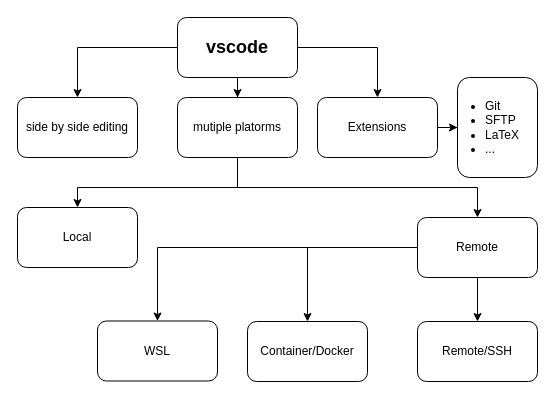
Earlier version of the draw.io diagram page "vscode" (4 of 7) of Fig_CS/Figure-Factory.drawio (jizhang02/Figure-Factory). Source tidied: cells renumbered, new cells numbered last; positions are measured from the earlier drawing's top-left corner, leaving out a move shared by most shapes. Both pictures are drawn from the tidied source at 100%, with x=0, y=0 at pixel (17, 17).
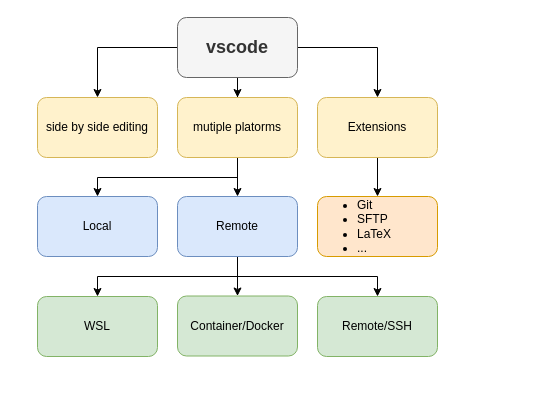
Above is the later version.

Diff of the diagram source:
```diff
@@
-    <mxCell id="5" value="vscode" style="rounded=1;whiteSpace=wrap;html=1;fontSize=18;fontStyle=1;" parent="1" vertex="1">
+    <mxCell id="5" value="vscode" style="rounded=1;whiteSpace=wrap;html=1;fontSize=18;fontStyle=1;fillColor=#f5f5f5;fontColor=#333333;strokeColor=#666666;" parent="1" vertex="1">
       <mxGeometry x="160" width="120" height="60" as="geometry" />
     </mxCell>
-    <mxCell id="6" value="side by side editing" style="rounded=1;whiteSpace=wrap;html=1;" parent="1" vertex="1">
-      <mxGeometry y="80" width="120" height="60" as="geometry" />
+    <mxCell id="6" value="side by side editing" style="rounded=1;whiteSpace=wrap;html=1;fillColor=#fff2cc;strokeColor=#d6b656;" parent="1" vertex="1">
+      <mxGeometry x="20" y="80" width="120" height="60" as="geometry" />
     </mxCell>
     <mxCell id="7" style="edgeStyle=orthogonalEdgeStyle;rounded=0;jettySize=auto;html=1;entryX=0.5;entryY=0;entryDx=0;entryDy=0;" parent="1" edge="1" source="9" target="12">
       <mxGeometry relative="1" as="geometry">
         <Array as="points">
-          <mxPoint x="220" y="170" />
-          <mxPoint x="60" y="170" />
+          <mxPoint x="220" y="160" />
+          <mxPoint x="80" y="160" />
         </Array>
       </mxGeometry>
     </mxCell>
-    <mxCell id="8" style="edgeStyle=orthogonalEdgeStyle;rounded=0;jettySize=auto;html=1;" parent="1" edge="1" source="9" target="17">
-      <mxGeometry relative="1" as="geometry">
-        <Array as="points">
-          <mxPoint x="220" y="170" />
-          <mxPoint x="460" y="170" />
-        </Array>
-      </mxGeometry>
+    <mxCell id="8" style="edgeStyle=orthogonalEdgeStyle;rounded=0;jettySize=auto;html=1;entryX=0.5;entryY=0;entryDx=0;entryDy=0;fontSize=18;" parent="1" edge="1" source="9" target="17">
+      <mxGeometry relative="1" as="geometry" />
     </mxCell>
-    <mxCell id="9" value="mutiple platorms" style="rounded=1;whiteSpace=wrap;html=1;" parent="1" vertex="1">
+    <mxCell id="9" value="mutiple platorms" style="rounded=1;whiteSpace=wrap;html=1;fillColor=#fff2cc;strokeColor=#d6b656;" parent="1" vertex="1">
       <mxGeometry x="160" y="80" width="120" height="60" as="geometry" />
     </mxCell>
@@
-    <mxCell id="11" value="Extensions" style="rounded=1;whiteSpace=wrap;html=1;" parent="1" vertex="1">
+    <mxCell id="11" value="Extensions" style="rounded=1;whiteSpace=wrap;html=1;fillColor=#fff2cc;strokeColor=#d6b656;" parent="1" vertex="1">
       <mxGeometry x="300" y="80" width="120" height="60" as="geometry" />
     </mxCell>
-    <mxCell id="12" value="Local" style="rounded=1;whiteSpace=wrap;html=1;" parent="1" vertex="1">
-      <mxGeometry y="190" width="120" height="60" as="geometry" />
+    <mxCell id="12" value="Local" style="rounded=1;whiteSpace=wrap;html=1;fillColor=#dae8fc;strokeColor=#6c8ebf;" parent="1" vertex="1">
+      <mxGeometry x="20" y="179" width="120" height="60" as="geometry" />
     </mxCell>
-    <mxCell id="13" value="WSL" style="rounded=1;whiteSpace=wrap;html=1;" parent="1" vertex="1">
-      <mxGeometry x="80" y="303.5" width="120" height="60" as="geometry" />
+    <mxCell id="13" value="WSL" style="rounded=1;whiteSpace=wrap;html=1;fillColor=#d5e8d4;strokeColor=#82b366;" parent="1" vertex="1">
+      <mxGeometry x="20" y="279" width="120" height="60" as="geometry" />
     </mxCell>
@@
-    <mxCell id="15" style="edgeStyle=orthogonalEdgeStyle;rounded=0;jettySize=auto;html=1;entryX=0.5;entryY=0;entryDx=0;entryDy=0;" parent="1" edge="1" source="17" target="13">
-      <mxGeometry relative="1" as="geometry" />
+    <mxCell id="15" style="edgeStyle=orthogonalEdgeStyle;rounded=0;jettySize=auto;html=1;entryX=0.5;entryY=0;entryDx=0;entryDy=0;fontSize=18;" parent="1" edge="1" source="17" target="13">
+      <mxGeometry relative="1" as="geometry">
+        <Array as="points">
+          <mxPoint x="220" y="259" />
+          <mxPoint x="80" y="259" />
+        </Array>
+      </mxGeometry>
     </mxCell>
-    <mxCell id="16" style="edgeStyle=orthogonalEdgeStyle;rounded=0;jettySize=auto;html=1;entryX=0.5;entryY=0;entryDx=0;entryDy=0;" parent="1" edge="1" source="17" target="19">
-      <mxGeometry relative="1" as="geometry" />
+    <mxCell id="16" style="edgeStyle=orthogonalEdgeStyle;rounded=0;jettySize=auto;html=1;entryX=0.5;entryY=0;entryDx=0;entryDy=0;fontSize=18;" parent="1" edge="1" source="17" target="19">
+      <mxGeometry relative="1" as="geometry">
+        <Array as="points">
+          <mxPoint x="220" y="259" />
+          <mxPoint x="360" y="259" />
+        </Array>
+      </mxGeometry>
     </mxCell>
-    <mxCell id="17" value="Remote" style="rounded=1;whiteSpace=wrap;html=1;" parent="1" vertex="1">
-      <mxGeometry x="400" y="200" width="120" height="60" as="geometry" />
+    <mxCell id="17" value="Remote" style="rounded=1;whiteSpace=wrap;html=1;fillColor=#dae8fc;strokeColor=#6c8ebf;" parent="1" vertex="1">
+      <mxGeometry x="160" y="179" width="120" height="60" as="geometry" />
     </mxCell>
-    <mxCell id="18" value="Container/Docker" style="rounded=1;whiteSpace=wrap;html=1;" parent="1" vertex="1">
-      <mxGeometry x="230" y="304" width="120" height="60" as="geometry" />
+    <mxCell id="18" value="Container/Docker" style="rounded=1;whiteSpace=wrap;html=1;fillColor=#d5e8d4;strokeColor=#82b366;" parent="1" vertex="1">
+      <mxGeometry x="160" y="278.5" width="120" height="60" as="geometry" />
     </mxCell>
-    <mxCell id="19" value="Remote/SSH" style="rounded=1;whiteSpace=wrap;html=1;" parent="1" vertex="1">
-      <mxGeometry x="400" y="304" width="120" height="60" as="geometry" />
+    <mxCell id="19" value="Remote/SSH" style="rounded=1;whiteSpace=wrap;html=1;fillColor=#d5e8d4;strokeColor=#82b366;" parent="1" vertex="1">
+      <mxGeometry x="300" y="279" width="120" height="60" as="geometry" />
     </mxCell>
-    <mxCell id="20" value="&lt;ul&gt;&lt;li&gt;Git&lt;/li&gt;&lt;li&gt;SFTP&lt;/li&gt;&lt;li&gt;LaTeX&lt;/li&gt;&lt;li style=&quot;&quot;&gt;...&lt;/li&gt;&lt;/ul&gt;" style="rounded=1;whiteSpace=wrap;html=1;align=left;spacing=-12;" parent="1" vertex="1">
-      <mxGeometry x="440" y="60" width="80" height="100" as="geometry" />
+    <mxCell id="20" value="&lt;ul&gt;&lt;li&gt;Git&lt;/li&gt;&lt;li&gt;SFTP&lt;/li&gt;&lt;li&gt;LaTeX&lt;/li&gt;&lt;li style=&quot;&quot;&gt;...&lt;/li&gt;&lt;/ul&gt;" style="rounded=1;whiteSpace=wrap;html=1;align=left;spacing=0;fillColor=#ffe6cc;strokeColor=#d79b00;" parent="1" vertex="1">
+      <mxGeometry x="300" y="179" width="120" height="60" as="geometry" />
     </mxCell>
```
